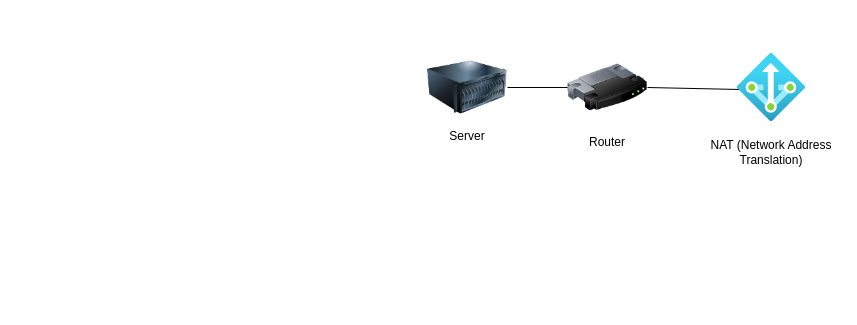
Above: local-network-connected-to-a-router.drawio in coderTechJordan/Networking (draw.io), before the change. Source tidied: cells renumbered, new cells numbered last; positions are measured from the earlier drawing's top-left corner, leaving out a move shared by most shapes. Both pictures are drawn from the tidied source at 100%, with x=0, y=0 at pixel (427, 47).
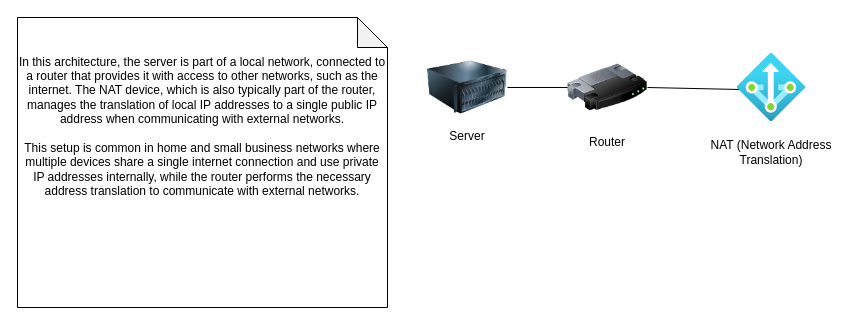
The same page after the edit.

Change to the diagram source:
```diff
@@
 <mxGraphModel>
   <root>
     <mxCell id="0" />
     <mxCell id="1" parent="0" />
     <mxCell id="2" style="image;html=1;image=img/lib/clip_art/computers/Server_128x128.png;" parent="1" vertex="1">
       <mxGeometry width="80" height="80" as="geometry" />
     </mxCell>
     <mxCell id="3" style="image;html=1;image=img/lib/clip_art/networking/Router_128x128.png;" parent="1" vertex="1">
       <mxGeometry x="140" width="80" height="80" as="geometry" />
     </mxCell>
     <mxCell id="4" style="image;html=1;points=[];align=center;fontSize=12;image=img/lib/azure2/networking/NAT.svg;" parent="1" vertex="1">
       <mxGeometry x="310" y="6" width="68" height="68" as="geometry" />
     </mxCell>
     <mxCell id="5" value="Server" style="text;html=1;strokeColor=none;fillColor=none;align=center;verticalAlign=middle;whiteSpace=wrap;rounded=0;" parent="1" vertex="1">
       <mxGeometry x="10" y="74" width="60" height="30" as="geometry" />
     </mxCell>
     <mxCell id="6" value="Router" style="text;html=1;strokeColor=none;fillColor=none;align=center;verticalAlign=middle;whiteSpace=wrap;rounded=0;" parent="1" vertex="1">
       <mxGeometry x="150" y="80" width="60" height="30" as="geometry" />
     </mxCell>
     <mxCell id="7" value="NAT (Network Address Translation)" style="text;html=1;strokeColor=none;fillColor=none;align=center;verticalAlign=middle;whiteSpace=wrap;rounded=0;" parent="1" vertex="1">
       <mxGeometry x="276" y="90" width="136" height="30" as="geometry" />
     </mxCell>
     <mxCell id="8" style="endArrow=none;html=1;rounded=0;exitX=1;exitY=0.5;exitDx=0;exitDy=0;entryX=0;entryY=0.5;entryDx=0;entryDy=0;" parent="1" edge="1" source="2" target="3">
       <mxGeometry relative="1" as="geometry" />
     </mxCell>
     <mxCell id="9" style="endArrow=none;html=1;rounded=0;exitX=1;exitY=0.5;exitDx=0;exitDy=0;entryX=0.02;entryY=0.529;entryDx=0;entryDy=0;entryPerimeter=0;" parent="1" edge="1" source="3" target="4">
       <mxGeometry relative="1" as="geometry" />
     </mxCell>
+    <mxCell id="10" value="&lt;div&gt;In this architecture, the server is part of a local network, connected to a router that provides it with access to other networks, such as the internet. The NAT device, which is also typically part of the router, manages the translation of local IP addresses to a single public IP address when communicating with external networks.&lt;/div&gt;&lt;div&gt;&lt;br&gt;&lt;/div&gt;&lt;div&gt;This setup is common in home and small business networks where multiple devices share a single internet connection and use private IP addresses internally, while the router performs the necessary address translation to communicate with external networks.&lt;/div&gt;&lt;div&gt;&lt;br&gt;&lt;/div&gt;&lt;div&gt;&lt;br&gt;&lt;/div&gt;&lt;div&gt;&lt;br&gt;&lt;/div&gt;&lt;div&gt;&lt;br&gt;&lt;/div&gt;&lt;div&gt;&lt;br&gt;&lt;/div&gt;" style="shape=note;whiteSpace=wrap;html=1;backgroundOutline=1;darkOpacity=0.05;" parent="1" vertex="1">
+      <mxGeometry x="-410" y="-30" width="370" height="290" as="geometry" />
+    </mxCell>
   </root>
 </mxGraphModel>
```
